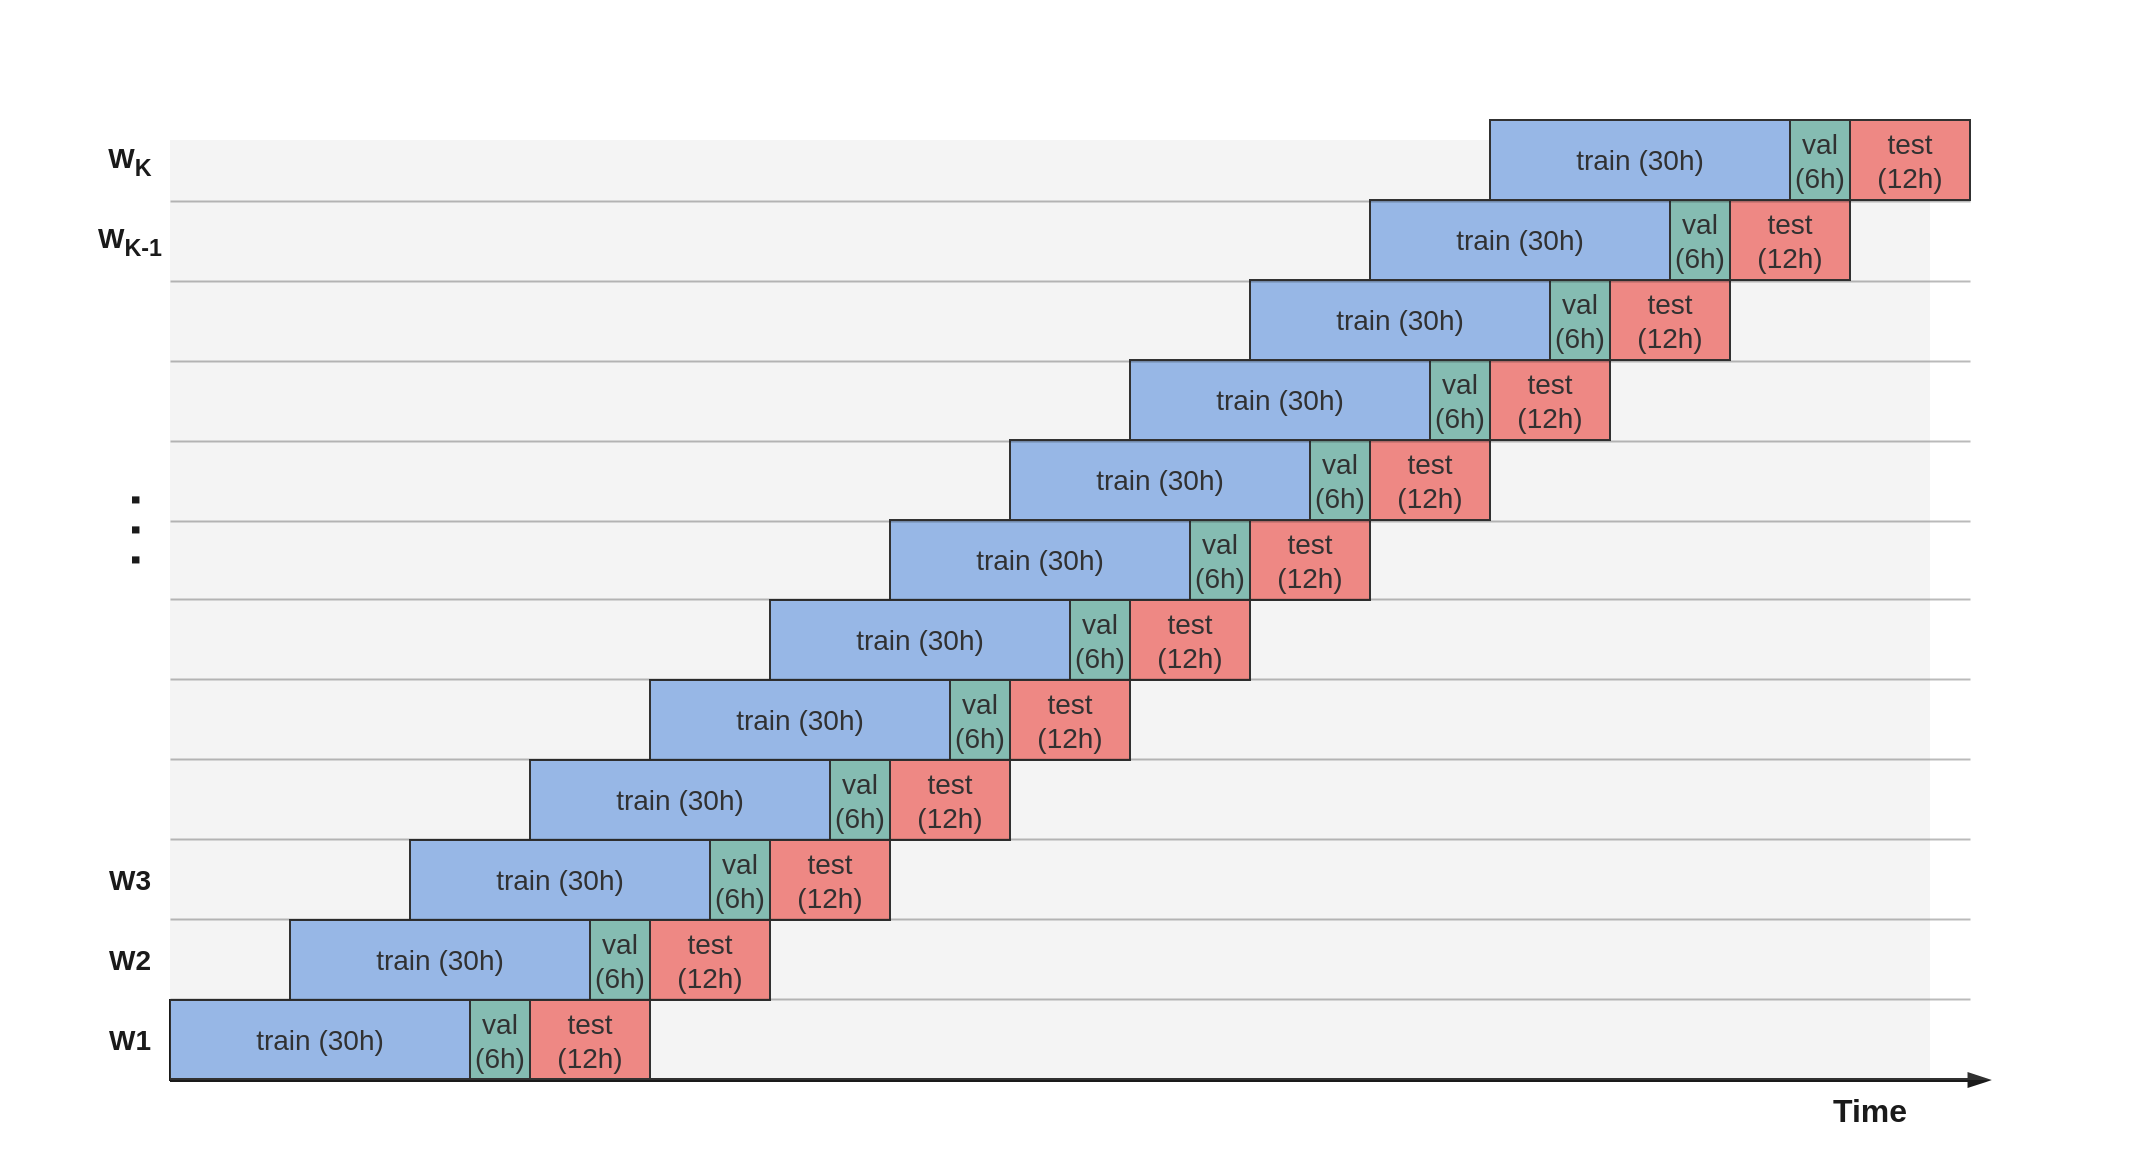
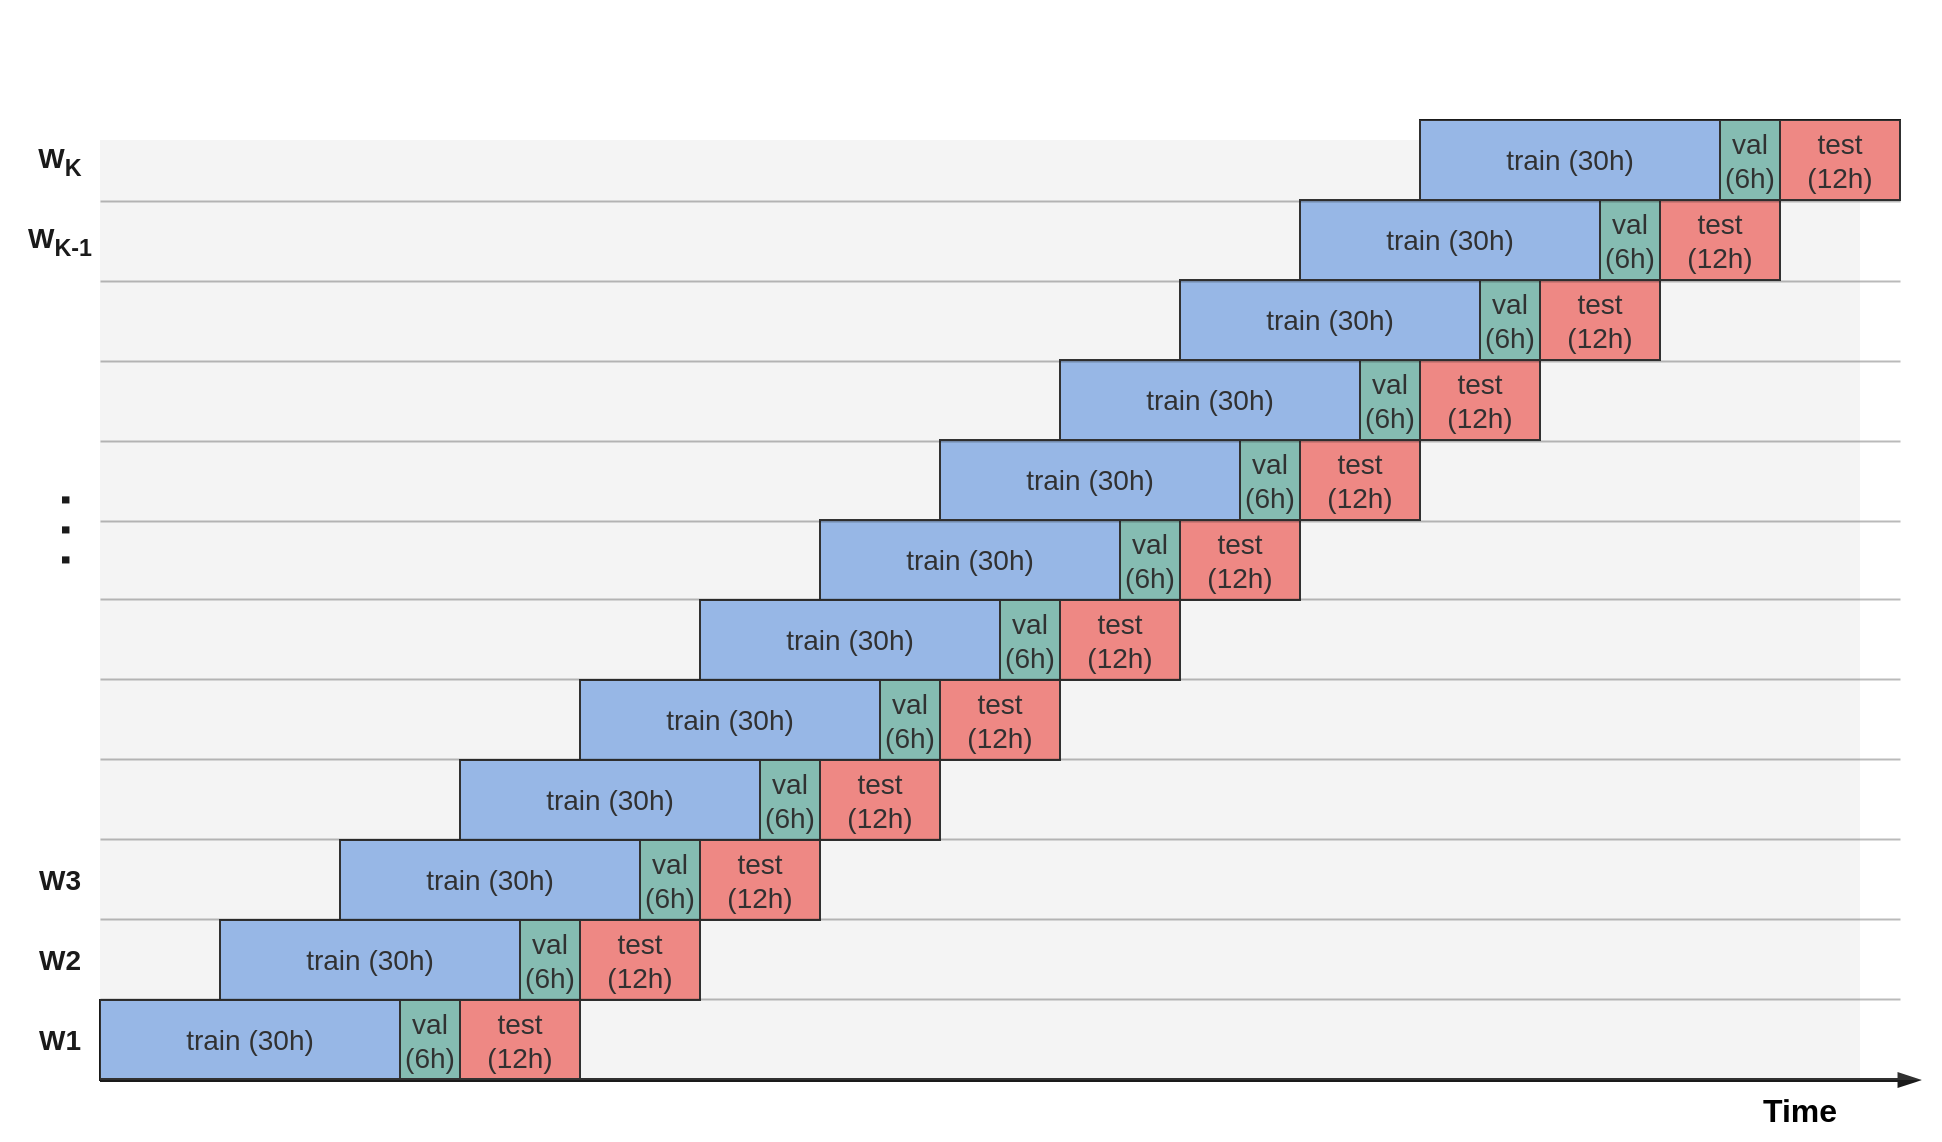
<mxfile host="app.diagrams.net">
  <diagram name="Page-1" id="pGcNxUXbtjDrhtBXMikx">
-     <mxGraphModel dx="2054" dy="1109" grid="1" gridSize="10" guides="1" tooltips="1" connect="1" arrows="1" fold="1" page="1" pageScale="1" pageWidth="2560" pageHeight="1440" math="0" shadow="0">
+     <mxGraphModel dx="816" dy="628" grid="1" gridSize="10" guides="1" tooltips="1" connect="1" arrows="1" fold="1" page="1" pageScale="1" pageWidth="2560" pageHeight="1440" math="0" shadow="0">
      <root>
        <mxCell id="0" />
        <mxCell id="1" parent="0" />
        <mxCell id="ialW7EzJRVW6pd09n5DT-1" parent="1" style="rounded=0;whiteSpace=wrap;html=1;fillColor=light-dark(#F1F1F1,#414141);strokeColor=none;gradientColor=none;gradientDirection=west;" value="" vertex="1">
          <mxGeometry height="470" width="880" x="180" y="110" as="geometry" />
        </mxCell>
        <mxCell id="ialW7EzJRVW6pd09n5DT-4" parent="1" style="text;html=1;whiteSpace=wrap;strokeColor=none;fillColor=none;align=center;verticalAlign=middle;rounded=0;fontFamily=Helvetica;fontSize=16;" value="&lt;b&gt;&lt;font&gt;Time&lt;/font&gt;&lt;/b&gt;" vertex="1">
          <mxGeometry height="30" width="60" x="1000" y="580" as="geometry" />
        </mxCell>
        <mxCell id="ialW7EzJRVW6pd09n5DT-10" connectable="0" parent="1" style="group" value="" vertex="1">
          <mxGeometry height="40" width="240" x="180" y="540" as="geometry" />
        </mxCell>
        <mxCell id="ialW7EzJRVW6pd09n5DT-5" parent="ialW7EzJRVW6pd09n5DT-10" style="rounded=0;whiteSpace=wrap;html=1;fillColor=#7EA6E0;fontSize=14;" value="train (30h)" vertex="1">
          <mxGeometry height="40" width="150" as="geometry" />
        </mxCell>
        <mxCell id="ialW7EzJRVW6pd09n5DT-7" parent="ialW7EzJRVW6pd09n5DT-10" style="rounded=0;whiteSpace=wrap;html=1;fillColor=#67AB9F;fontSize=14;" value="val&lt;div&gt;(6h)&lt;/div&gt;" vertex="1">
          <mxGeometry height="40" width="30" x="150" as="geometry" />
        </mxCell>
        <mxCell id="ialW7EzJRVW6pd09n5DT-9" parent="ialW7EzJRVW6pd09n5DT-10" style="rounded=0;whiteSpace=wrap;html=1;fillColor=#EA6B66;fontSize=14;" value="test (12h)" vertex="1">
          <mxGeometry height="40" width="60" x="180" as="geometry" />
        </mxCell>
        <mxCell id="ialW7EzJRVW6pd09n5DT-11" connectable="0" parent="1" style="group" value="" vertex="1">
          <mxGeometry height="40" width="240" x="240" y="500" as="geometry" />
        </mxCell>
        <mxCell id="ialW7EzJRVW6pd09n5DT-12" parent="ialW7EzJRVW6pd09n5DT-11" style="rounded=0;whiteSpace=wrap;html=1;fillColor=#7EA6E0;fontSize=14;" value="train (30h)" vertex="1">
          <mxGeometry height="40" width="150" as="geometry" />
        </mxCell>
        <mxCell id="ialW7EzJRVW6pd09n5DT-13" parent="ialW7EzJRVW6pd09n5DT-11" style="rounded=0;whiteSpace=wrap;html=1;fillColor=#67AB9F;fontSize=14;" value="val&lt;div&gt;(6h)&lt;/div&gt;" vertex="1">
          <mxGeometry height="40" width="30" x="150" as="geometry" />
        </mxCell>
        <mxCell id="ialW7EzJRVW6pd09n5DT-14" parent="ialW7EzJRVW6pd09n5DT-11" style="rounded=0;whiteSpace=wrap;html=1;fillColor=#EA6B66;fontSize=14;" value="test (12h)" vertex="1">
          <mxGeometry height="40" width="60" x="180" as="geometry" />
        </mxCell>
        <mxCell id="ialW7EzJRVW6pd09n5DT-15" connectable="0" parent="1" style="group" value="" vertex="1">
          <mxGeometry height="40" width="240" x="300" y="460" as="geometry" />
        </mxCell>
        <mxCell id="ialW7EzJRVW6pd09n5DT-16" parent="ialW7EzJRVW6pd09n5DT-15" style="rounded=0;whiteSpace=wrap;html=1;fillColor=#7EA6E0;fontSize=14;" value="train (30h)" vertex="1">
          <mxGeometry height="40" width="150" as="geometry" />
        </mxCell>
        <mxCell id="ialW7EzJRVW6pd09n5DT-17" parent="ialW7EzJRVW6pd09n5DT-15" style="rounded=0;whiteSpace=wrap;html=1;fillColor=#67AB9F;fontSize=14;" value="val&lt;div&gt;(6h)&lt;/div&gt;" vertex="1">
          <mxGeometry height="40" width="30" x="150" as="geometry" />
        </mxCell>
        <mxCell id="ialW7EzJRVW6pd09n5DT-18" parent="ialW7EzJRVW6pd09n5DT-15" style="rounded=0;whiteSpace=wrap;html=1;fillColor=#EA6B66;fontSize=14;" value="test (12h)" vertex="1">
          <mxGeometry height="40" width="60" x="180" as="geometry" />
        </mxCell>
        <mxCell id="ialW7EzJRVW6pd09n5DT-19" connectable="0" parent="1" style="group" value="" vertex="1">
          <mxGeometry height="40" width="660" x="360" y="420" as="geometry" />
        </mxCell>
        <mxCell id="ialW7EzJRVW6pd09n5DT-20" parent="ialW7EzJRVW6pd09n5DT-19" style="rounded=0;whiteSpace=wrap;html=1;fillColor=#7EA6E0;fontSize=14;" value="train (30h)" vertex="1">
          <mxGeometry height="40" width="150" as="geometry" />
        </mxCell>
        <mxCell id="ialW7EzJRVW6pd09n5DT-21" parent="ialW7EzJRVW6pd09n5DT-19" style="rounded=0;whiteSpace=wrap;html=1;fillColor=#67AB9F;fontSize=14;" value="val&lt;div&gt;(6h)&lt;/div&gt;" vertex="1">
          <mxGeometry height="40" width="30" x="150" as="geometry" />
        </mxCell>
        <mxCell id="ialW7EzJRVW6pd09n5DT-22" parent="ialW7EzJRVW6pd09n5DT-19" style="rounded=0;whiteSpace=wrap;html=1;fillColor=#EA6B66;fontSize=14;" value="test (12h)" vertex="1">
          <mxGeometry height="40" width="60" x="180" as="geometry" />
        </mxCell>
        <mxCell id="ialW7EzJRVW6pd09n5DT-23" connectable="0" parent="1" style="group;fillColor=none;gradientColor=none;" value="" vertex="1">
          <mxGeometry height="40" width="240" x="420" y="380" as="geometry" />
        </mxCell>
        <mxCell id="ialW7EzJRVW6pd09n5DT-24" parent="ialW7EzJRVW6pd09n5DT-23" style="rounded=0;whiteSpace=wrap;html=1;fillColor=#7EA6E0;fontSize=14;" value="train (30h)" vertex="1">
          <mxGeometry height="40" width="150" as="geometry" />
        </mxCell>
        <mxCell id="ialW7EzJRVW6pd09n5DT-25" parent="ialW7EzJRVW6pd09n5DT-23" style="rounded=0;whiteSpace=wrap;html=1;fillColor=#67AB9F;fontSize=14;" value="val&lt;div&gt;(6h)&lt;/div&gt;" vertex="1">
          <mxGeometry height="40" width="30" x="150" as="geometry" />
        </mxCell>
        <mxCell id="ialW7EzJRVW6pd09n5DT-26" parent="ialW7EzJRVW6pd09n5DT-23" style="rounded=0;whiteSpace=wrap;html=1;fillColor=#EA6B66;fontSize=14;" value="test (12h)" vertex="1">
          <mxGeometry height="40" width="60" x="180" as="geometry" />
        </mxCell>
        <mxCell id="ialW7EzJRVW6pd09n5DT-27" connectable="0" parent="1" style="group" value="" vertex="1">
          <mxGeometry height="40" width="240" x="480" y="340" as="geometry" />
        </mxCell>
        <mxCell id="ialW7EzJRVW6pd09n5DT-28" parent="ialW7EzJRVW6pd09n5DT-27" style="rounded=0;whiteSpace=wrap;html=1;fillColor=#7EA6E0;fontSize=14;" value="train (30h)" vertex="1">
          <mxGeometry height="40" width="150" as="geometry" />
        </mxCell>
        <mxCell id="ialW7EzJRVW6pd09n5DT-29" parent="ialW7EzJRVW6pd09n5DT-27" style="rounded=0;whiteSpace=wrap;html=1;fillColor=#67AB9F;fontSize=14;" value="val&lt;div&gt;(6h)&lt;/div&gt;" vertex="1">
          <mxGeometry height="40" width="30" x="150" as="geometry" />
        </mxCell>
        <mxCell id="ialW7EzJRVW6pd09n5DT-30" parent="ialW7EzJRVW6pd09n5DT-27" style="rounded=0;whiteSpace=wrap;html=1;fillColor=#EA6B66;fontSize=14;" value="test (12h)" vertex="1">
          <mxGeometry height="40" width="60" x="180" as="geometry" />
        </mxCell>
        <mxCell id="ialW7EzJRVW6pd09n5DT-31" connectable="0" parent="1" style="group" value="" vertex="1">
          <mxGeometry height="40" width="240" x="540" y="300" as="geometry" />
        </mxCell>
        <mxCell id="ialW7EzJRVW6pd09n5DT-32" parent="ialW7EzJRVW6pd09n5DT-31" style="rounded=0;whiteSpace=wrap;html=1;fillColor=#7EA6E0;fontSize=14;" value="train (30h)" vertex="1">
          <mxGeometry height="40" width="150" as="geometry" />
        </mxCell>
        <mxCell id="ialW7EzJRVW6pd09n5DT-33" parent="ialW7EzJRVW6pd09n5DT-31" style="rounded=0;whiteSpace=wrap;html=1;fillColor=#67AB9F;fontSize=14;" value="val&lt;div&gt;(6h)&lt;/div&gt;" vertex="1">
          <mxGeometry height="40" width="30" x="150" as="geometry" />
        </mxCell>
        <mxCell id="ialW7EzJRVW6pd09n5DT-34" parent="ialW7EzJRVW6pd09n5DT-31" style="rounded=0;whiteSpace=wrap;html=1;fillColor=#EA6B66;fontSize=14;" value="test (12h)" vertex="1">
          <mxGeometry height="40" width="60" x="180" as="geometry" />
        </mxCell>
        <mxCell id="ialW7EzJRVW6pd09n5DT-35" connectable="0" parent="1" style="group" value="" vertex="1">
          <mxGeometry height="40" width="240" x="600" y="260" as="geometry" />
        </mxCell>
        <mxCell id="ialW7EzJRVW6pd09n5DT-36" parent="ialW7EzJRVW6pd09n5DT-35" style="rounded=0;whiteSpace=wrap;html=1;fillColor=#7EA6E0;fontSize=14;" value="train (30h)" vertex="1">
          <mxGeometry height="40" width="150" as="geometry" />
        </mxCell>
        <mxCell id="ialW7EzJRVW6pd09n5DT-37" parent="ialW7EzJRVW6pd09n5DT-35" style="rounded=0;whiteSpace=wrap;html=1;fillColor=#67AB9F;fontSize=14;" value="val&lt;div&gt;(6h)&lt;/div&gt;" vertex="1">
          <mxGeometry height="40" width="30" x="150" as="geometry" />
        </mxCell>
        <mxCell id="ialW7EzJRVW6pd09n5DT-38" parent="ialW7EzJRVW6pd09n5DT-35" style="rounded=0;whiteSpace=wrap;html=1;fillColor=#EA6B66;fontSize=14;" value="test (12h)" vertex="1">
          <mxGeometry height="40" width="60" x="180" as="geometry" />
        </mxCell>
        <mxCell id="ialW7EzJRVW6pd09n5DT-39" connectable="0" parent="1" style="group" value="" vertex="1">
          <mxGeometry height="40" width="240" x="660" y="220" as="geometry" />
        </mxCell>
        <mxCell id="ialW7EzJRVW6pd09n5DT-40" parent="ialW7EzJRVW6pd09n5DT-39" style="rounded=0;whiteSpace=wrap;html=1;fillColor=#7EA6E0;fontSize=14;" value="train (30h)" vertex="1">
          <mxGeometry height="40" width="150" as="geometry" />
        </mxCell>
        <mxCell id="ialW7EzJRVW6pd09n5DT-41" parent="ialW7EzJRVW6pd09n5DT-39" style="rounded=0;whiteSpace=wrap;html=1;fillColor=#67AB9F;fontSize=14;" value="val&lt;div&gt;(6h)&lt;/div&gt;" vertex="1">
          <mxGeometry height="40" width="30" x="150" as="geometry" />
        </mxCell>
        <mxCell id="ialW7EzJRVW6pd09n5DT-42" parent="ialW7EzJRVW6pd09n5DT-39" style="rounded=0;whiteSpace=wrap;html=1;fillColor=#EA6B66;fontSize=14;" value="test (12h)" vertex="1">
          <mxGeometry height="40" width="60" x="180" as="geometry" />
        </mxCell>
        <mxCell id="ialW7EzJRVW6pd09n5DT-43" connectable="0" parent="1" style="group" value="" vertex="1">
          <mxGeometry height="40" width="240" x="720" y="180" as="geometry" />
        </mxCell>
        <mxCell id="ialW7EzJRVW6pd09n5DT-44" parent="ialW7EzJRVW6pd09n5DT-43" style="rounded=0;whiteSpace=wrap;html=1;fillColor=#7EA6E0;fontSize=14;" value="train (30h)" vertex="1">
          <mxGeometry height="40" width="150" as="geometry" />
        </mxCell>
        <mxCell id="ialW7EzJRVW6pd09n5DT-45" parent="ialW7EzJRVW6pd09n5DT-43" style="rounded=0;whiteSpace=wrap;html=1;fillColor=#67AB9F;fontSize=14;" value="val&lt;div&gt;(6h)&lt;/div&gt;" vertex="1">
          <mxGeometry height="40" width="30" x="150" as="geometry" />
        </mxCell>
        <mxCell id="ialW7EzJRVW6pd09n5DT-46" parent="ialW7EzJRVW6pd09n5DT-43" style="rounded=0;whiteSpace=wrap;html=1;fillColor=#EA6B66;fontSize=14;" value="test (12h)" vertex="1">
          <mxGeometry height="40" width="60" x="180" as="geometry" />
        </mxCell>
        <mxCell id="ialW7EzJRVW6pd09n5DT-47" connectable="0" parent="1" style="group" value="" vertex="1">
          <mxGeometry height="40" width="240" x="780" y="140" as="geometry" />
        </mxCell>
        <mxCell id="ialW7EzJRVW6pd09n5DT-48" parent="ialW7EzJRVW6pd09n5DT-47" style="rounded=0;whiteSpace=wrap;html=1;fillColor=#7EA6E0;fontSize=14;" value="train (30h)" vertex="1">
          <mxGeometry height="40" width="150" as="geometry" />
        </mxCell>
        <mxCell id="ialW7EzJRVW6pd09n5DT-49" parent="ialW7EzJRVW6pd09n5DT-47" style="rounded=0;whiteSpace=wrap;html=1;fillColor=#67AB9F;fontSize=14;" value="val&lt;div&gt;(6h)&lt;/div&gt;" vertex="1">
          <mxGeometry height="40" width="30" x="150" as="geometry" />
        </mxCell>
        <mxCell id="ialW7EzJRVW6pd09n5DT-50" parent="ialW7EzJRVW6pd09n5DT-47" style="rounded=0;whiteSpace=wrap;html=1;fillColor=#EA6B66;fontSize=14;" value="test (12h)" vertex="1">
          <mxGeometry height="40" width="60" x="180" as="geometry" />
        </mxCell>
        <mxCell id="ialW7EzJRVW6pd09n5DT-51" connectable="0" parent="1" style="group" value="" vertex="1">
          <mxGeometry height="40" width="240" x="840" y="100" as="geometry" />
        </mxCell>
        <mxCell id="ialW7EzJRVW6pd09n5DT-52" parent="ialW7EzJRVW6pd09n5DT-51" style="rounded=0;whiteSpace=wrap;html=1;fillColor=#7EA6E0;fontSize=14;" value="train (30h)" vertex="1">
          <mxGeometry height="40" width="150" as="geometry" />
        </mxCell>
        <mxCell id="ialW7EzJRVW6pd09n5DT-53" parent="ialW7EzJRVW6pd09n5DT-51" style="rounded=0;whiteSpace=wrap;html=1;fillColor=#67AB9F;fontSize=14;" value="val&lt;div&gt;(6h)&lt;/div&gt;" vertex="1">
          <mxGeometry height="40" width="30" x="150" as="geometry" />
        </mxCell>
        <mxCell id="ialW7EzJRVW6pd09n5DT-54" parent="ialW7EzJRVW6pd09n5DT-51" style="rounded=0;whiteSpace=wrap;html=1;fillColor=#EA6B66;fontSize=14;" value="test (12h)" vertex="1">
          <mxGeometry height="40" width="60" x="180" as="geometry" />
        </mxCell>
        <mxCell id="ialW7EzJRVW6pd09n5DT-57" parent="1" style="text;html=1;whiteSpace=wrap;strokeColor=none;fillColor=none;align=center;verticalAlign=middle;rounded=0;" value="&lt;font style=&quot;font-size: 14px;&quot;&gt;&lt;b&gt;W1&lt;/b&gt;&lt;/font&gt;" vertex="1">
          <mxGeometry height="30" width="60" x="130" y="545" as="geometry" />
        </mxCell>
        <mxCell id="ialW7EzJRVW6pd09n5DT-58" parent="1" style="text;html=1;whiteSpace=wrap;strokeColor=none;fillColor=none;align=center;verticalAlign=middle;rounded=0;" value="&lt;font style=&quot;font-size: 14px;&quot;&gt;&lt;b&gt;W2&lt;/b&gt;&lt;/font&gt;" vertex="1">
          <mxGeometry height="30" width="60" x="130" y="505" as="geometry" />
        </mxCell>
        <mxCell id="ialW7EzJRVW6pd09n5DT-59" parent="1" style="text;html=1;whiteSpace=wrap;strokeColor=none;fillColor=none;align=center;verticalAlign=middle;rounded=0;" value="&lt;font style=&quot;font-size: 14px;&quot;&gt;&lt;b&gt;W3&lt;/b&gt;&lt;/font&gt;" vertex="1">
          <mxGeometry height="30" width="60" x="130" y="465" as="geometry" />
        </mxCell>
        <mxCell id="ialW7EzJRVW6pd09n5DT-67" parent="1" style="text;html=1;whiteSpace=wrap;strokeColor=none;fillColor=none;align=center;verticalAlign=middle;rounded=0;" value="&lt;b style=&quot;font-size: 14px;&quot;&gt;W&lt;sub&gt;K-1&lt;/sub&gt;&lt;/b&gt;" vertex="1">
          <mxGeometry height="30" width="60" x="130" y="145" as="geometry" />
        </mxCell>
        <mxCell id="ialW7EzJRVW6pd09n5DT-68" parent="1" style="text;html=1;whiteSpace=wrap;strokeColor=none;fillColor=none;align=center;verticalAlign=middle;rounded=0;" value="&lt;font style=&quot;font-size: 14px;&quot;&gt;&lt;b&gt;W&lt;sub&gt;K&lt;/sub&gt;&lt;/b&gt;&lt;/font&gt;" vertex="1">
          <mxGeometry height="30" width="60" x="130" y="105" as="geometry" />
        </mxCell>
        <mxCell id="ialW7EzJRVW6pd09n5DT-73" connectable="0" parent="1" style="group" value="" vertex="1">
          <mxGeometry height="90" width="30" x="155" y="260" as="geometry" />
        </mxCell>
        <mxCell id="ialW7EzJRVW6pd09n5DT-66" parent="ialW7EzJRVW6pd09n5DT-73" style="text;html=1;whiteSpace=wrap;strokeColor=none;fillColor=none;align=center;verticalAlign=middle;rounded=0;rotation=90;fontSize=24;" value="&lt;font style=&quot;font-size: 25px;&quot;&gt;&lt;b&gt;.&lt;/b&gt;&lt;/font&gt;" vertex="1">
          <mxGeometry height="30" width="60" x="-15" y="45" as="geometry" />
        </mxCell>
        <mxCell id="ialW7EzJRVW6pd09n5DT-71" parent="ialW7EzJRVW6pd09n5DT-73" style="text;html=1;whiteSpace=wrap;strokeColor=none;fillColor=none;align=center;verticalAlign=middle;rounded=0;rotation=90;fontSize=24;" value="&lt;font style=&quot;font-size: 25px;&quot;&gt;&lt;b&gt;.&lt;/b&gt;&lt;/font&gt;" vertex="1">
          <mxGeometry height="30" width="60" x="-15" y="30" as="geometry" />
        </mxCell>
        <mxCell id="ialW7EzJRVW6pd09n5DT-72" parent="ialW7EzJRVW6pd09n5DT-73" style="text;html=1;whiteSpace=wrap;strokeColor=none;fillColor=none;align=center;verticalAlign=middle;rounded=0;rotation=90;fontSize=24;" value="&lt;font style=&quot;font-size: 25px;&quot;&gt;&lt;b&gt;.&lt;/b&gt;&lt;/font&gt;" vertex="1">
          <mxGeometry height="30" width="60" x="-15" y="15" as="geometry" />
        </mxCell>
        <mxCell id="ialW7EzJRVW6pd09n5DT-2" edge="1" parent="1" style="endArrow=blockThin;html=1;rounded=0;endFill=1;strokeWidth=2;" value="">
          <mxGeometry height="50" relative="1" width="50" as="geometry">
            <mxPoint x="180" y="580" as="sourcePoint" />
            <mxPoint x="1090" y="580" as="targetPoint" />
          </mxGeometry>
        </mxCell>
        <mxCell id="ialW7EzJRVW6pd09n5DT-78" parent="1" style="rounded=0;whiteSpace=wrap;html=1;fillColor=light-dark(#FFFFFF,#414141);strokeColor=none;gradientColor=none;gradientDirection=west;opacity=10;" value="" vertex="1">
          <mxGeometry height="540" width="920" x="180" y="40" as="geometry" />
        </mxCell>
        <mxCell id="ialW7EzJRVW6pd09n5DT-98" parent="1" style="rounded=0;whiteSpace=wrap;html=1;strokeWidth=0;fillColor=#000000;strokeColor=none;opacity=30;" value="" vertex="1">
          <mxGeometry height="1" width="900" x="180" y="220" as="geometry" />
        </mxCell>
        <mxCell id="ialW7EzJRVW6pd09n5DT-99" parent="1" style="rounded=0;whiteSpace=wrap;html=1;strokeWidth=0;fillColor=#000000;strokeColor=none;opacity=30;" value="" vertex="1">
          <mxGeometry height="1" width="900" x="180" y="180" as="geometry" />
        </mxCell>
        <mxCell id="ialW7EzJRVW6pd09n5DT-100" parent="1" style="rounded=0;whiteSpace=wrap;html=1;strokeWidth=0;fillColor=#000000;strokeColor=none;opacity=30;" value="" vertex="1">
          <mxGeometry height="1" width="900" x="180" y="140" as="geometry" />
        </mxCell>
        <mxCell id="ialW7EzJRVW6pd09n5DT-101" parent="1" style="rounded=0;whiteSpace=wrap;html=1;strokeWidth=0;fillColor=#000000;strokeColor=none;opacity=30;" value="" vertex="1">
          <mxGeometry height="1" width="900" x="180" y="339" as="geometry" />
        </mxCell>
        <mxCell id="ialW7EzJRVW6pd09n5DT-102" parent="1" style="rounded=0;whiteSpace=wrap;html=1;strokeWidth=0;fillColor=#000000;strokeColor=none;opacity=30;" value="" vertex="1">
          <mxGeometry height="1" width="900" x="180" y="300" as="geometry" />
        </mxCell>
        <mxCell id="ialW7EzJRVW6pd09n5DT-103" parent="1" style="rounded=0;whiteSpace=wrap;html=1;strokeWidth=0;fillColor=#000000;strokeColor=none;opacity=30;" value="" vertex="1">
          <mxGeometry height="1" width="900" x="180" y="260" as="geometry" />
        </mxCell>
        <mxCell id="ialW7EzJRVW6pd09n5DT-104" parent="1" style="rounded=0;whiteSpace=wrap;html=1;strokeWidth=0;fillColor=#000000;strokeColor=none;opacity=30;" value="" vertex="1">
          <mxGeometry height="1" width="900" x="180" y="459" as="geometry" />
        </mxCell>
        <mxCell id="ialW7EzJRVW6pd09n5DT-105" parent="1" style="rounded=0;whiteSpace=wrap;html=1;strokeWidth=0;fillColor=#000000;strokeColor=none;opacity=30;" value="" vertex="1">
          <mxGeometry height="1" width="900" x="180" y="419" as="geometry" />
        </mxCell>
        <mxCell id="ialW7EzJRVW6pd09n5DT-106" parent="1" style="rounded=0;whiteSpace=wrap;html=1;strokeWidth=0;fillColor=#000000;strokeColor=none;opacity=30;" value="" vertex="1">
          <mxGeometry height="1" width="900" x="180" y="379" as="geometry" />
        </mxCell>
        <mxCell id="ialW7EzJRVW6pd09n5DT-108" parent="1" style="rounded=0;whiteSpace=wrap;html=1;strokeWidth=0;fillColor=#000000;strokeColor=none;opacity=30;" value="" vertex="1">
          <mxGeometry height="1" width="900" x="180" y="539" as="geometry" />
        </mxCell>
        <mxCell id="ialW7EzJRVW6pd09n5DT-109" parent="1" style="rounded=0;whiteSpace=wrap;html=1;strokeWidth=0;fillColor=#000000;strokeColor=none;opacity=30;" value="" vertex="1">
          <mxGeometry height="1" width="900" x="180" y="499" as="geometry" />
        </mxCell>
        <mxCell id="ialW7EzJRVW6pd09n5DT-111" parent="1" style="rounded=0;whiteSpace=wrap;html=1;strokeColor=none;opacity=10;" value="" vertex="1">
-           <mxGeometry height="540" width="1070" x="95" y="80" as="geometry" />
+           <mxGeometry height="490" width="950" x="140" y="100" as="geometry" />
        </mxCell>
      </root>
    </mxGraphModel>
  </diagram>
</mxfile>
